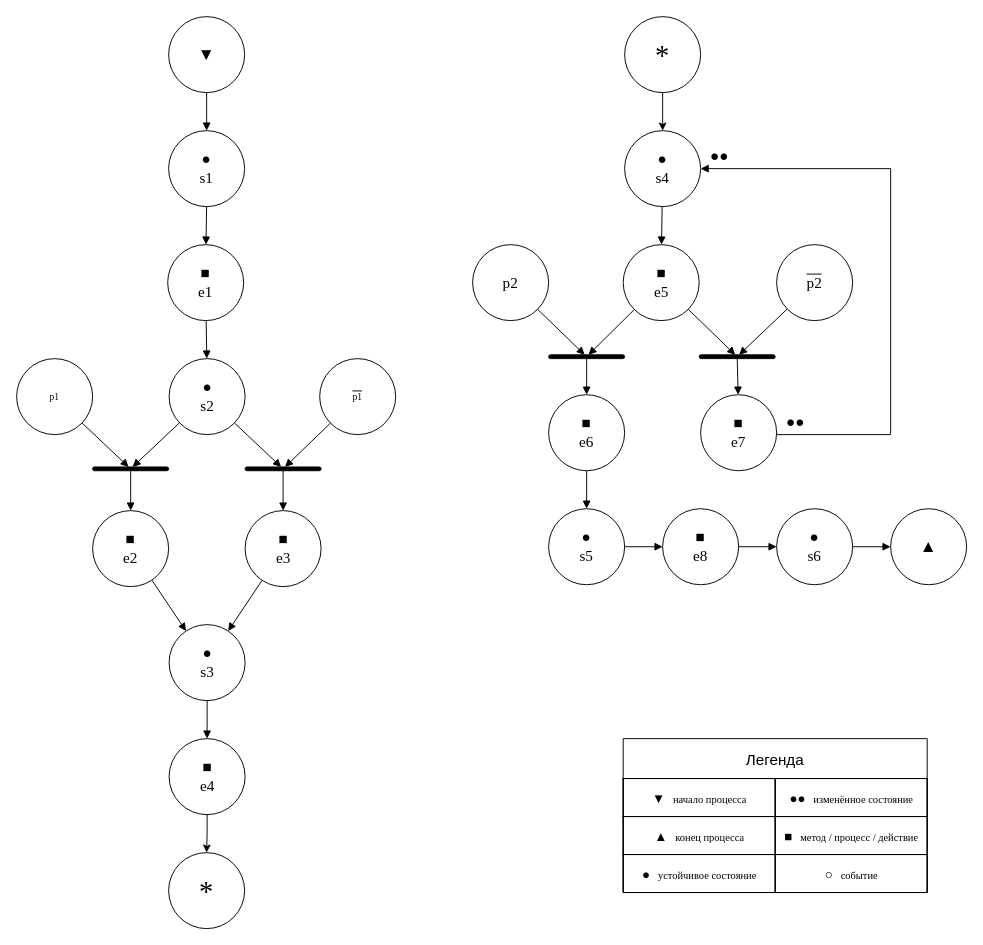
The draw.io diagram Lab0/petri_short.drawio in ArtemKD-Miit-Labs/web-programming, before the edit. Source tidied: cells renumbered, new cells numbered last; positions are measured from the earlier drawing's top-left corner, leaving out a move shared by most shapes. Both pictures are drawn from the tidied source at 95%, with x=0, y=0 at pixel (16, 16).
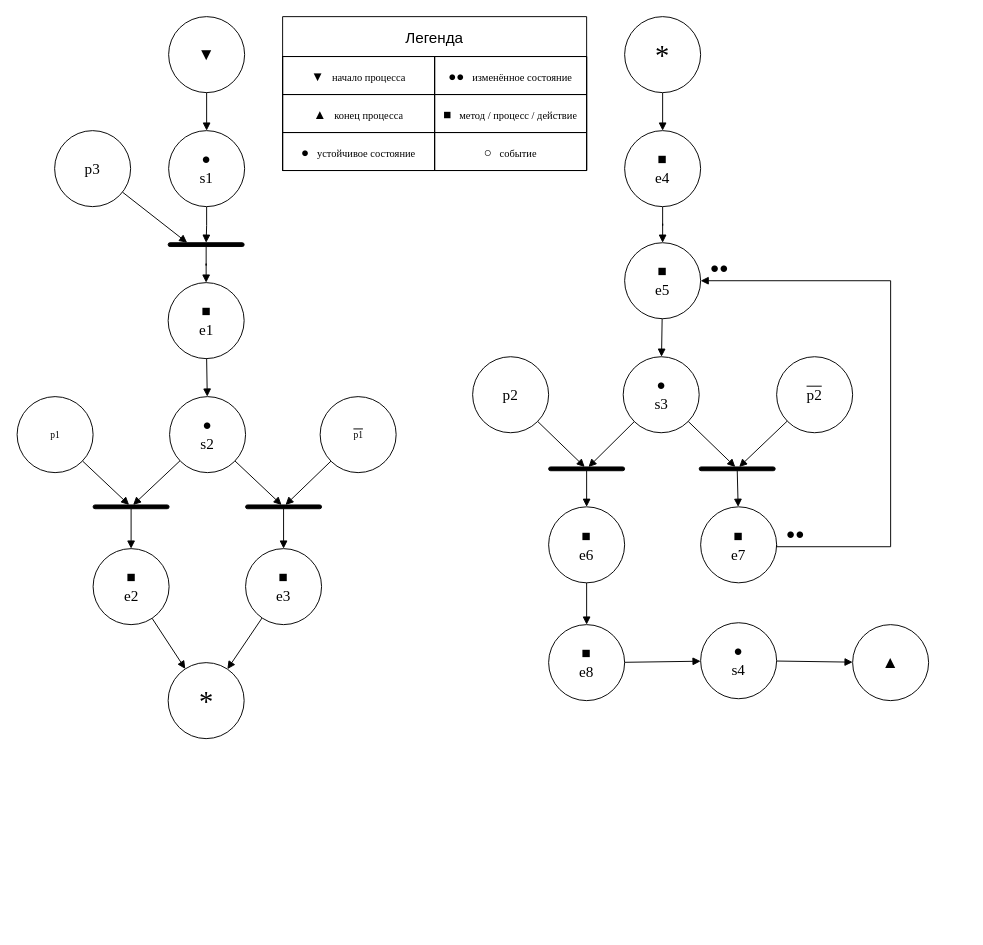
The same page after the edit.

Commit message (it also covers changes not shown here):
Diagrams & report fixed

The change refers to these unchanged cells:
```xml
<mxCell id="3" value="&lt;font style=&quot;font-size: 16px;&quot;&gt;●&lt;br&gt;s1&lt;/font&gt;" style="fontFamily=Times New Roman;html=1;whiteSpace=wrap;ellipse;fontSize=10;spacing=2;" parent="1" vertex="1">
  <mxGeometry x="160" y="120" width="80" height="80" as="geometry" />
</mxCell>
<mxCell id="65" value="&lt;font style=&quot;font-size: 30px;&quot;&gt;*&lt;/font&gt;" style="fontFamily=Times New Roman;html=1;whiteSpace=wrap;ellipse;fontSize=10;spacing=2;" parent="1" vertex="1">
  <mxGeometry x="640" width="80" height="80" as="geometry" />
</mxCell>
```

Diff of the diagram source:
```diff
@@
+    <mxCell id="66" style="edgeStyle=orthogonalEdgeStyle;rounded=0;jettySize=auto;html=1;entryX=0.5;entryY=0;entryDx=0;entryDy=0;endArrow=block;endFill=1;" parent="1" edge="1" source="3" target="72">
+      <mxGeometry x="-0.06" relative="1" as="geometry" />
+    </mxCell>
@@
     <mxCell id="4" value="&lt;font style=&quot;font-size: 16px;&quot;&gt;■&lt;br&gt;e1&lt;/font&gt;" style="fontFamily=Times New Roman;html=1;whiteSpace=wrap;ellipse;fontSize=10;spacing=2;" parent="1" vertex="1">
-      <mxGeometry x="159" y="240" width="80" height="80" as="geometry" />
+      <mxGeometry x="159.5" y="280" width="80" height="80" as="geometry" />
     </mxCell>
     <mxCell id="5" value="p1" style="fontFamily=Times New Roman;html=1;whiteSpace=wrap;ellipse;fontSize=10;spacing=2;" parent="1" vertex="1">
-      <mxGeometry y="360" width="80" height="80" as="geometry" />
+      <mxGeometry x="0.5" y="400" width="80" height="80" as="geometry" />
     </mxCell>
     <mxCell id="6" value="&lt;font style=&quot;font-size: 16px;&quot;&gt;●&lt;br&gt;s2&lt;/font&gt;" style="fontFamily=Times New Roman;html=1;whiteSpace=wrap;ellipse;fontSize=10;spacing=2;" parent="1" vertex="1">
-      <mxGeometry x="160.5" y="360" width="80" height="80" as="geometry" />
+      <mxGeometry x="161" y="400" width="80" height="80" as="geometry" />
     </mxCell>
     <mxCell id="7" value="&lt;span style=&quot;text-decoration:overline&quot;&gt;p1&lt;/span&gt;" style="fontFamily=Times New Roman;html=1;whiteSpace=wrap;ellipse;fontSize=10;spacing=2;" parent="1" vertex="1">
-      <mxGeometry x="319" y="360" width="80" height="80" as="geometry" />
+      <mxGeometry x="319.5" y="400" width="80" height="80" as="geometry" />
     </mxCell>
     <mxCell id="8" style="rounded=1;arcSize=50;fillColor=#000000;strokeColor=#000000;" parent="1" vertex="1">
-      <mxGeometry x="80" y="474" width="80" height="4" as="geometry" />
+      <mxGeometry x="80.5" y="514" width="80" height="4" as="geometry" />
     </mxCell>
     <mxCell id="9" style="rounded=1;arcSize=50;fillColor=#000000;strokeColor=#000000;" parent="1" vertex="1">
-      <mxGeometry x="240.5" y="474" width="80" height="4" as="geometry" />
+      <mxGeometry x="241" y="514" width="80" height="4" as="geometry" />
     </mxCell>
+    <mxCell id="67" style="rounded=0;jettySize=auto;html=1;endArrow=block;endFill=1;" parent="1" edge="1" source="10" target="63">
+      <mxGeometry relative="1" as="geometry" />
+    </mxCell>
     <mxCell id="10" value="&lt;font style=&quot;font-size: 16px;&quot;&gt;■&lt;br&gt;e2&lt;/font&gt;" style="fontFamily=Times New Roman;html=1;whiteSpace=wrap;ellipse;fontSize=10;spacing=2;" parent="1" vertex="1">
-      <mxGeometry x="80" y="520" width="80" height="80" as="geometry" />
+      <mxGeometry x="80.5" y="560" width="80" height="80" as="geometry" />
     </mxCell>
+    <mxCell id="68" style="rounded=0;jettySize=auto;html=1;endArrow=block;endFill=1;" parent="1" edge="1" source="11" target="63">
+      <mxGeometry relative="1" as="geometry" />
+    </mxCell>
     <mxCell id="11" value="&lt;font style=&quot;font-size: 16px;&quot;&gt;■&lt;br&gt;e3&lt;/font&gt;" style="fontFamily=Times New Roman;html=1;whiteSpace=wrap;ellipse;fontSize=10;spacing=2;" parent="1" vertex="1">
-      <mxGeometry x="240.5" y="520" width="80" height="80" as="geometry" />
+      <mxGeometry x="241" y="560" width="80" height="80" as="geometry" />
     </mxCell>
-    <mxCell id="12" value="&lt;font style=&quot;font-size: 16px;&quot;&gt;●&lt;br&gt;s3&lt;/font&gt;" style="fontFamily=Times New Roman;html=1;whiteSpace=wrap;ellipse;fontSize=10;spacing=2;" parent="1" vertex="1">
-      <mxGeometry x="160.5" y="640" width="80" height="80" as="geometry" />
-    </mxCell>
-    <mxCell id="13" style="edgeStyle=orthogonalEdgeStyle;rounded=0;jettySize=auto;html=1;" parent="1" edge="1" source="14" target="63">
-      <mxGeometry relative="1" as="geometry" />
-    </mxCell>
-    <mxCell id="14" value="&lt;font style=&quot;font-size: 16px;&quot;&gt;■&lt;br&gt;e4&lt;/font&gt;" style="fontFamily=Times New Roman;html=1;whiteSpace=wrap;ellipse;fontSize=10;spacing=2;" parent="1" vertex="1">
-      <mxGeometry x="160.5" y="760" width="80" height="80" as="geometry" />
-    </mxCell>
-    <mxCell id="15" value="&lt;font style=&quot;font-size: 16px;&quot;&gt;●&lt;br&gt;s4&lt;/font&gt;" style="fontFamily=Times New Roman;html=1;whiteSpace=wrap;ellipse;fontSize=10;spacing=2;" parent="1" vertex="1">
-      <mxGeometry x="640" y="120" width="80" height="80" as="geometry" />
+    <mxCell id="15" value="&lt;span style=&quot;font-size: 16px;&quot;&gt;■&lt;/span&gt;&lt;br style=&quot;font-size: 16px;&quot;&gt;&lt;span style=&quot;font-size: 16px;&quot;&gt;e5&lt;/span&gt;" style="fontFamily=Times New Roman;html=1;whiteSpace=wrap;ellipse;fontSize=10;spacing=2;" parent="1" vertex="1">
+      <mxGeometry x="640" y="238" width="80" height="80" as="geometry" />
     </mxCell>
-    <mxCell id="16" value="&lt;font style=&quot;font-size: 16px;&quot;&gt;■&lt;br&gt;e5&lt;/font&gt;" style="fontFamily=Times New Roman;html=1;whiteSpace=wrap;ellipse;fontSize=10;spacing=2;" parent="1" vertex="1">
-      <mxGeometry x="638.5" y="240" width="80" height="80" as="geometry" />
+    <mxCell id="16" value="&lt;span style=&quot;font-size: 16px;&quot;&gt;●&lt;/span&gt;&lt;br style=&quot;font-size: 16px;&quot;&gt;&lt;span style=&quot;font-size: 16px;&quot;&gt;s3&lt;/span&gt;" style="fontFamily=Times New Roman;html=1;whiteSpace=wrap;ellipse;fontSize=10;spacing=2;" parent="1" vertex="1">
+      <mxGeometry x="638.5" y="358" width="80" height="80" as="geometry" />
     </mxCell>
     <mxCell id="17" value="&lt;font style=&quot;font-size: 16px;&quot;&gt;p2&lt;/font&gt;" style="fontFamily=Times New Roman;html=1;whiteSpace=wrap;ellipse;fontSize=10;spacing=2;" parent="1" vertex="1">
-      <mxGeometry x="480" y="240" width="80" height="80" as="geometry" />
+      <mxGeometry x="480" y="358" width="80" height="80" as="geometry" />
     </mxCell>
     <mxCell id="18" value="&lt;span style=&quot;text-decoration:overline&quot;&gt;&lt;font style=&quot;font-size: 16px;&quot;&gt;p2&lt;/font&gt;&lt;/span&gt;" style="fontFamily=Times New Roman;html=1;whiteSpace=wrap;ellipse;fontSize=10;spacing=2;strokeColor=default;" parent="1" vertex="1">
-      <mxGeometry x="800" y="240" width="80" height="80" as="geometry" />
+      <mxGeometry x="800" y="358" width="80" height="80" as="geometry" />
     </mxCell>
     <mxCell id="19" style="rounded=1;arcSize=50;fillColor=#000000;strokeColor=#000000;" parent="1" vertex="1">
-      <mxGeometry x="560" y="356" width="80" height="4" as="geometry" />
+      <mxGeometry x="560" y="474" width="80" height="4" as="geometry" />
     </mxCell>
     <mxCell id="20" style="rounded=1;arcSize=50;fillColor=#000000;strokeColor=#000000;" parent="1" vertex="1">
-      <mxGeometry x="718.5" y="356" width="80" height="4" as="geometry" />
+      <mxGeometry x="718.5" y="474" width="80" height="4" as="geometry" />
     </mxCell>
+    <mxCell id="69" style="edgeStyle=orthogonalEdgeStyle;rounded=0;jettySize=auto;html=1;endArrow=block;endFill=1;" parent="1" edge="1" source="21" target="24">
+      <mxGeometry relative="1" as="geometry" />
+    </mxCell>
     <mxCell id="21" value="&lt;font style=&quot;font-size: 16px;&quot;&gt;■&lt;br&gt;e6&lt;/font&gt;" style="fontFamily=Times New Roman;html=1;whiteSpace=wrap;ellipse;fontSize=10;spacing=2;" parent="1" vertex="1">
-      <mxGeometry x="560" y="398" width="80" height="80" as="geometry" />
+      <mxGeometry x="560" y="516" width="80" height="80" as="geometry" />
     </mxCell>
     <mxCell id="22" value="&lt;font style=&quot;font-size: 16px;&quot;&gt;■&lt;br&gt;e7&lt;/font&gt;" style="fontFamily=Times New Roman;html=1;whiteSpace=wrap;ellipse;fontSize=10;spacing=2;" parent="1" vertex="1">
-      <mxGeometry x="720" y="398" width="80" height="80" as="geometry" />
+      <mxGeometry x="720" y="516" width="80" height="80" as="geometry" />
     </mxCell>
-    <mxCell id="23" value="&lt;font style=&quot;font-size: 16px;&quot;&gt;●&lt;br&gt;s5&lt;/font&gt;" style="fontFamily=Times New Roman;html=1;whiteSpace=wrap;ellipse;fontSize=10;spacing=2;" parent="1" vertex="1">
-      <mxGeometry x="560" y="518" width="80" height="80" as="geometry" />
-    </mxCell>
     <mxCell id="24" value="&lt;font style=&quot;font-size: 16px;&quot;&gt;■&lt;br&gt;e8&lt;/font&gt;" style="fontFamily=Times New Roman;html=1;whiteSpace=wrap;ellipse;fontSize=10;spacing=2;" parent="1" vertex="1">
-      <mxGeometry x="680" y="518" width="80" height="80" as="geometry" />
+      <mxGeometry x="560" y="640" width="80" height="80" as="geometry" />
     </mxCell>
-    <mxCell id="25" value="&lt;font style=&quot;font-size: 16px;&quot;&gt;●&lt;br&gt;s6&lt;/font&gt;" style="fontFamily=Times New Roman;html=1;whiteSpace=wrap;ellipse;fontSize=10;spacing=2;" parent="1" vertex="1">
-      <mxGeometry x="800" y="518" width="80" height="80" as="geometry" />
+    <mxCell id="25" value="&lt;font style=&quot;font-size: 16px;&quot;&gt;●&lt;br&gt;s4&lt;/font&gt;" style="fontFamily=Times New Roman;html=1;whiteSpace=wrap;ellipse;fontSize=10;spacing=2;" parent="1" vertex="1">
+      <mxGeometry x="720" y="638" width="80" height="80" as="geometry" />
     </mxCell>
     <mxCell id="26" value="&lt;span style=&quot;font-size:18px&quot;&gt;▲&lt;/span&gt;" style="fontFamily=Times New Roman;html=1;whiteSpace=wrap;ellipse;fontSize=10;spacing=2;" parent="1" vertex="1">
-      <mxGeometry x="920" y="518" width="80" height="80" as="geometry" />
+      <mxGeometry x="880" y="640" width="80" height="80" as="geometry" />
     </mxCell>
@@
-    <mxCell id="28" style="endArrow=block;endFill=1;html=1;rounded=0;endSize=6;" parent="1" edge="1" source="3" target="4">
-      <mxGeometry relative="1" as="geometry" />
-    </mxCell>
@@
-    <mxCell id="36" style="endArrow=block;endFill=1;html=1;rounded=0;endSize=6;" parent="1" edge="1" source="10" target="12">
-      <mxGeometry relative="1" as="geometry" />
-    </mxCell>
-    <mxCell id="37" style="endArrow=block;endFill=1;html=1;rounded=0;endSize=6;" parent="1" edge="1" source="11" target="12">
-      <mxGeometry relative="1" as="geometry" />
-    </mxCell>
-    <mxCell id="38" style="endArrow=block;endFill=1;html=1;rounded=0;endSize=6;" parent="1" edge="1" source="12" target="14">
-      <mxGeometry relative="1" as="geometry" />
-    </mxCell>
@@
-    <mxCell id="46" style="endArrow=block;endFill=1;html=1;rounded=0;endSize=6;" parent="1" edge="1" source="21" target="23">
-      <mxGeometry relative="1" as="geometry" />
-    </mxCell>
-    <mxCell id="47" style="endArrow=block;endFill=1;html=1;rounded=0;endSize=6;" parent="1" edge="1" source="23" target="24">
-      <mxGeometry relative="1" as="geometry" />
-    </mxCell>
@@
     <mxCell id="50" style="endArrow=block;endFill=1;html=1;rounded=0;edgeStyle=orthogonalEdgeStyle;exitX=1;exitY=0.5;exitDx=0;exitDy=0;entryX=1;entryY=0.5;entryDx=0;entryDy=0;" parent="1" edge="1" source="22" target="15">
       <mxGeometry x="0.06" relative="1" as="geometry">
         <Array as="points">
-          <mxPoint x="800" y="440" />
-          <mxPoint x="920" y="440" />
-          <mxPoint x="920" y="160" />
+          <mxPoint x="800" y="558" />
+          <mxPoint x="920" y="558" />
+          <mxPoint x="920" y="278" />
         </Array>
       </mxGeometry>
     </mxCell>
     <mxCell id="51" value="&lt;font style=&quot;font-size: 16px;&quot;&gt;●●&lt;/font&gt;" style="fontFamily=Times New Roman;html=1;whiteSpace=wrap;text;align=center;verticalAlign=middle;fontSize=10;spacing=0;" parent="1" vertex="1">
-      <mxGeometry x="810" y="420" width="20" height="12" as="geometry" />
+      <mxGeometry x="810" y="538" width="20" height="12" as="geometry" />
     </mxCell>
     <mxCell id="52" value="&lt;font style=&quot;font-size: 16px;&quot;&gt;●●&lt;/font&gt;" style="fontFamily=Times New Roman;html=1;whiteSpace=wrap;text;align=center;verticalAlign=middle;fontSize=10;spacing=0;" parent="1" vertex="1">
-      <mxGeometry x="730" y="140" width="20" height="12" as="geometry" />
+      <mxGeometry x="730" y="258" width="20" height="12" as="geometry" />
     </mxCell>
     <mxCell id="53" value="Легенда" style="shape=table;tableRender=collapsed;startSize=42;childLayout=tableLayout;strokeColor=default;fontSize=16;" parent="1" vertex="1">
-      <mxGeometry x="638.5" y="760" width="320" height="162" as="geometry" />
+      <mxGeometry x="280" width="320" height="162" as="geometry" />
     </mxCell>
@@
     <mxCell id="63" value="&lt;font style=&quot;font-size: 30px;&quot;&gt;*&lt;/font&gt;" style="fontFamily=Times New Roman;html=1;whiteSpace=wrap;ellipse;fontSize=10;spacing=2;" parent="1" vertex="1">
-      <mxGeometry x="160" y="880" width="80" height="80" as="geometry" />
+      <mxGeometry x="159.5" y="680" width="80" height="80" as="geometry" />
     </mxCell>
-    <mxCell id="64" style="edgeStyle=orthogonalEdgeStyle;rounded=0;jettySize=auto;html=1;" parent="1" edge="1" source="65" target="15">
-      <mxGeometry relative="1" as="geometry" />
-    </mxCell>
+    <mxCell id="70" style="edgeStyle=orthogonalEdgeStyle;rounded=0;jettySize=auto;html=1;endArrow=block;endFill=1;" parent="1" edge="1" source="65" target="14">
+      <mxGeometry relative="1" as="geometry" />
+    </mxCell>
@@
+    <mxCell id="71" style="edgeStyle=orthogonalEdgeStyle;rounded=0;jettySize=auto;html=1;endArrow=block;endFill=1;" parent="1" edge="1" source="72" target="4">
+      <mxGeometry relative="1" as="geometry" />
+    </mxCell>
+    <mxCell id="72" style="rounded=1;arcSize=50;fillColor=#000000;strokeColor=#000000;" parent="1" vertex="1">
+      <mxGeometry x="159.5" y="238" width="80" height="4" as="geometry" />
+    </mxCell>
+    <mxCell id="73" style="rounded=0;jettySize=auto;html=1;entryX=0.25;entryY=0;entryDx=0;entryDy=0;endArrow=block;endFill=1;" parent="1" edge="1" source="74" target="72">
+      <mxGeometry relative="1" as="geometry" />
+    </mxCell>
+    <mxCell id="74" value="&lt;font style=&quot;font-size: 16px;&quot;&gt;p3&lt;/font&gt;" style="fontFamily=Times New Roman;html=1;whiteSpace=wrap;ellipse;fontSize=10;spacing=2;" parent="1" vertex="1">
+      <mxGeometry x="40" y="120" width="80" height="80" as="geometry" />
+    </mxCell>
+    <mxCell id="75" style="edgeStyle=orthogonalEdgeStyle;rounded=0;jettySize=auto;html=1;endArrow=block;endFill=1;" parent="1" edge="1" source="14" target="15">
+      <mxGeometry relative="1" as="geometry" />
+    </mxCell>
+    <mxCell id="14" value="&lt;span style=&quot;font-size: 16px;&quot;&gt;■&lt;/span&gt;&lt;br style=&quot;font-size: 16px;&quot;&gt;&lt;span style=&quot;font-size: 16px;&quot;&gt;e4&lt;/span&gt;" style="fontFamily=Times New Roman;html=1;whiteSpace=wrap;ellipse;fontSize=10;spacing=2;" parent="1" vertex="1">
+      <mxGeometry x="640" y="120" width="80" height="80" as="geometry" />
+    </mxCell>
```
